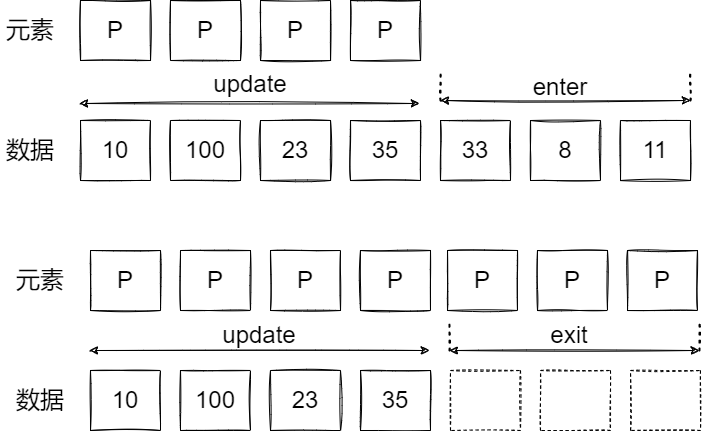
jzsn2018/diagrams-storage keeps this draw.io diagram as D3js-数据绑定-数据集.drawio.png. Above is the earlier version. Source tidied: cells renumbered, new cells last; positions are measured from the earlier drawing's top-left corner, leaving out a move shared by most shapes.
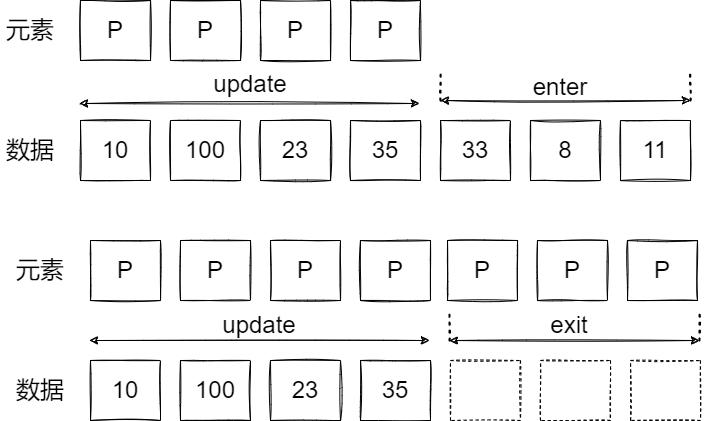
The same file after the commit.

Commit message:
更新D3js-数据绑定-数据集.drawio.png

The edit, as a diff of the source:
```diff
@@ -1,74 +1,74 @@
-<mxGraphModel>
+<mxGraphModel background="#FFFFFF">
   <root>
     <mxCell id="0" />
     <mxCell id="1" parent="0" />
     <mxCell id="2" value="&lt;font style=&quot;font-size: 24px&quot;&gt;P&lt;/font&gt;" style="rounded=0;whiteSpace=wrap;html=1;sketch=1;" parent="1" vertex="1">
-      <mxGeometry x="80" width="70" height="60" as="geometry" />
+      <mxGeometry x="80" y="10" width="70" height="60" as="geometry" />
     </mxCell>
     <mxCell id="3" value="&lt;font style=&quot;font-size: 24px&quot;&gt;P&lt;/font&gt;" style="rounded=0;whiteSpace=wrap;html=1;sketch=1;" parent="1" vertex="1">
-      <mxGeometry x="170" width="70" height="60" as="geometry" />
+      <mxGeometry x="170" y="10" width="70" height="60" as="geometry" />
     </mxCell>
     <mxCell id="4" value="&lt;font style=&quot;font-size: 24px&quot;&gt;P&lt;/font&gt;" style="rounded=0;whiteSpace=wrap;html=1;sketch=1;" parent="1" vertex="1">
-      <mxGeometry x="260" width="70" height="60" as="geometry" />
+      <mxGeometry x="260" y="10" width="70" height="60" as="geometry" />
     </mxCell>
     <mxCell id="5" value="&lt;font style=&quot;font-size: 24px&quot;&gt;P&lt;/font&gt;" style="rounded=0;whiteSpace=wrap;html=1;sketch=1;" parent="1" vertex="1">
-      <mxGeometry x="350" width="70" height="60" as="geometry" />
+      <mxGeometry x="350" y="10" width="70" height="60" as="geometry" />
     </mxCell>
     <mxCell id="6" value="&lt;font style=&quot;font-size: 24px&quot;&gt;元素&lt;/font&gt;" style="text;html=1;strokeColor=none;fillColor=none;align=center;verticalAlign=middle;whiteSpace=wrap;rounded=0;sketch=1;fontSize=24;" parent="1" vertex="1">
-      <mxGeometry y="15" width="60" height="30" as="geometry" />
+      <mxGeometry y="25" width="60" height="30" as="geometry" />
     </mxCell>
     <mxCell id="7" value="&lt;font style=&quot;font-size: 24px&quot;&gt;10&lt;/font&gt;" style="rounded=0;whiteSpace=wrap;html=1;sketch=1;" parent="1" vertex="1">
-      <mxGeometry x="80" y="120" width="70" height="60" as="geometry" />
+      <mxGeometry x="80" y="130" width="70" height="60" as="geometry" />
     </mxCell>
     <mxCell id="8" value="&lt;font style=&quot;font-size: 24px&quot;&gt;100&lt;/font&gt;" style="rounded=0;whiteSpace=wrap;html=1;sketch=1;" parent="1" vertex="1">
-      <mxGeometry x="170" y="120" width="70" height="60" as="geometry" />
+      <mxGeometry x="170" y="130" width="70" height="60" as="geometry" />
     </mxCell>
     <mxCell id="9" value="&lt;font style=&quot;font-size: 24px&quot;&gt;23&lt;/font&gt;" style="rounded=0;whiteSpace=wrap;html=1;sketch=1;" parent="1" vertex="1">
-      <mxGeometry x="260" y="120" width="70" height="60" as="geometry" />
+      <mxGeometry x="260" y="130" width="70" height="60" as="geometry" />
     </mxCell>
     <mxCell id="10" value="&lt;font style=&quot;font-size: 24px&quot;&gt;35&lt;/font&gt;" style="rounded=0;whiteSpace=wrap;html=1;sketch=1;" parent="1" vertex="1">
-      <mxGeometry x="350" y="120" width="70" height="60" as="geometry" />
+      <mxGeometry x="350" y="130" width="70" height="60" as="geometry" />
     </mxCell>
     <mxCell id="11" value="&lt;font style=&quot;font-size: 24px&quot;&gt;数据&lt;/font&gt;" style="text;html=1;strokeColor=none;fillColor=none;align=center;verticalAlign=middle;whiteSpace=wrap;rounded=0;sketch=1;fontSize=24;" parent="1" vertex="1">
-      <mxGeometry y="135" width="60" height="30" as="geometry" />
+      <mxGeometry y="145" width="60" height="30" as="geometry" />
     </mxCell>
     <mxCell id="12" style="endArrow=classic;startArrow=classic;html=1;rounded=0;sketch=1;fontSize=24;" parent="1" edge="1">
       <mxGeometry relative="1" as="geometry">
-        <mxPoint x="79" y="103" as="sourcePoint" />
-        <mxPoint x="419" y="103" as="targetPoint" />
+        <mxPoint x="79" y="113" as="sourcePoint" />
+        <mxPoint x="419" y="113" as="targetPoint" />
       </mxGeometry>
     </mxCell>
     <mxCell id="13" value="update" style="text;html=1;strokeColor=none;fillColor=none;align=center;verticalAlign=middle;whiteSpace=wrap;rounded=0;sketch=1;fontSize=24;" parent="1" vertex="1">
-      <mxGeometry x="220" y="70" width="60" height="27" as="geometry" />
+      <mxGeometry x="220" y="80" width="60" height="27" as="geometry" />
     </mxCell>
     <mxCell id="14" value="&lt;font style=&quot;font-size: 24px&quot;&gt;8&lt;/font&gt;" style="rounded=0;whiteSpace=wrap;html=1;sketch=1;" parent="1" vertex="1">
-      <mxGeometry x="530" y="120" width="70" height="60" as="geometry" />
+      <mxGeometry x="530" y="130" width="70" height="60" as="geometry" />
     </mxCell>
     <mxCell id="15" value="&lt;font style=&quot;font-size: 24px&quot;&gt;11&lt;/font&gt;" style="rounded=0;whiteSpace=wrap;html=1;sketch=1;" parent="1" vertex="1">
-      <mxGeometry x="620" y="120" width="70" height="60" as="geometry" />
+      <mxGeometry x="620" y="130" width="70" height="60" as="geometry" />
     </mxCell>
     <mxCell id="16" value="&lt;font style=&quot;font-size: 24px&quot;&gt;33&lt;/font&gt;" style="rounded=0;whiteSpace=wrap;html=1;sketch=1;" parent="1" vertex="1">
-      <mxGeometry x="440" y="120" width="70" height="60" as="geometry" />
+      <mxGeometry x="440" y="130" width="70" height="60" as="geometry" />
     </mxCell>
     <mxCell id="17" style="endArrow=classic;startArrow=classic;html=1;rounded=0;sketch=1;fontSize=24;" parent="1" edge="1">
       <mxGeometry relative="1" as="geometry">
-        <mxPoint x="440" y="100" as="sourcePoint" />
-        <mxPoint x="690" y="100" as="targetPoint" />
+        <mxPoint x="440" y="110" as="sourcePoint" />
+        <mxPoint x="690" y="110" as="targetPoint" />
       </mxGeometry>
     </mxCell>
     <mxCell id="18" value="enter" style="text;html=1;strokeColor=none;fillColor=none;align=center;verticalAlign=middle;whiteSpace=wrap;rounded=0;sketch=1;fontSize=24;" parent="1" vertex="1">
-      <mxGeometry x="530" y="70" width="60" height="33" as="geometry" />
+      <mxGeometry x="530" y="80" width="60" height="33" as="geometry" />
     </mxCell>
     <mxCell id="19" style="endArrow=none;dashed=1;html=1;dashPattern=1 3;strokeWidth=2;rounded=0;sketch=1;fontSize=24;" parent="1" edge="1">
       <mxGeometry relative="1" as="geometry">
-        <mxPoint x="440" y="100" as="sourcePoint" />
-        <mxPoint x="440" y="70" as="targetPoint" />
+        <mxPoint x="440" y="110" as="sourcePoint" />
+        <mxPoint x="440" y="80" as="targetPoint" />
       </mxGeometry>
     </mxCell>
     <mxCell id="20" style="endArrow=none;dashed=1;html=1;dashPattern=1 3;strokeWidth=2;rounded=0;sketch=1;fontSize=24;" parent="1" edge="1">
       <mxGeometry relative="1" as="geometry">
-        <mxPoint x="690" y="100" as="sourcePoint" />
-        <mxPoint x="690" y="70" as="targetPoint" />
+        <mxPoint x="690" y="110" as="sourcePoint" />
+        <mxPoint x="690" y="80" as="targetPoint" />
       </mxGeometry>
     </mxCell>
     <mxCell id="21" value="&lt;font style=&quot;font-size: 24px&quot;&gt;P&lt;/font&gt;" style="rounded=0;whiteSpace=wrap;html=1;sketch=1;" parent="1" vertex="1">
```
